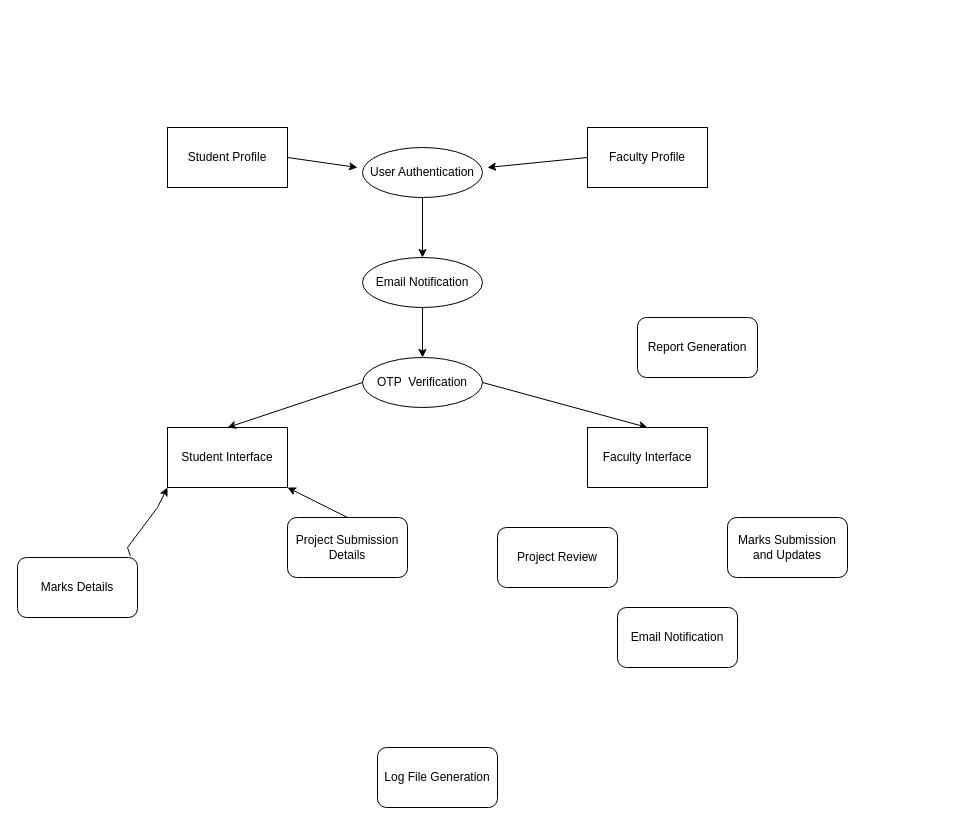
This is Untitled Diagram.drawio from bharathn97/News-App-React-JS-News-API, a draw.io file, before an edit. Source tidied: cells renumbered, new cells numbered last; positions are measured from the earlier drawing's top-left corner, leaving out a move shared by most shapes. Both pictures are drawn from the tidied source at 100%, with x=0, y=0 at pixel (17, 127).
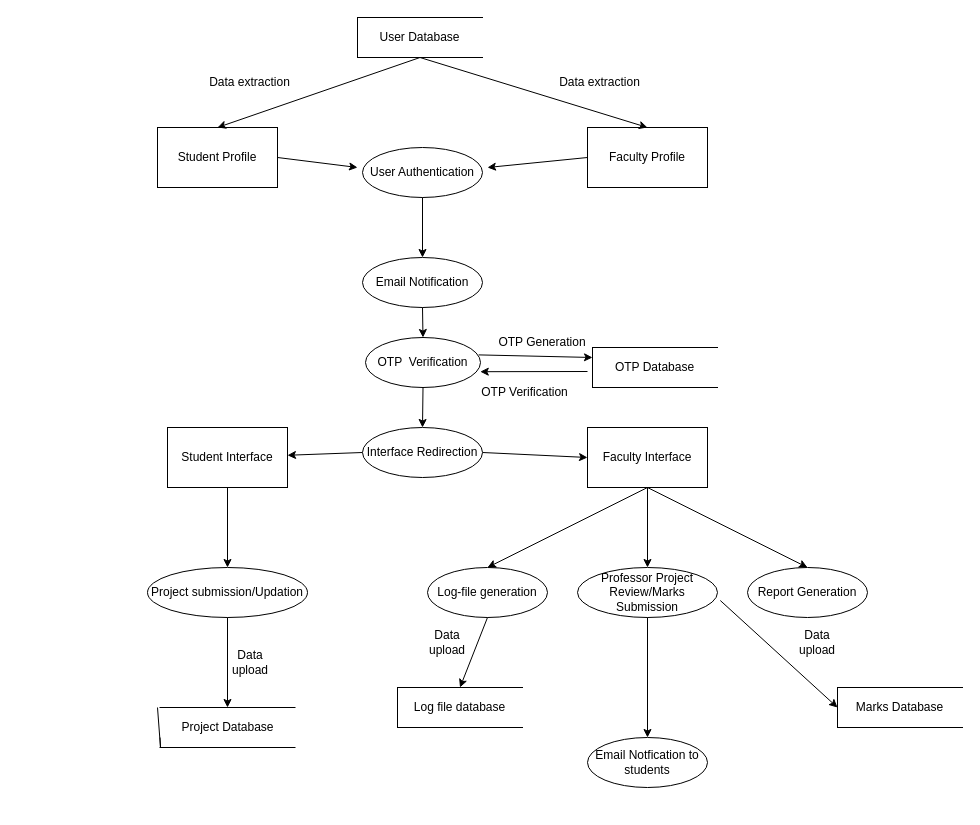
Above is the later version.

Unchanged cells that the change refers to:
```xml
<mxCell id="2" value="Student Interface" style="rounded=0;whiteSpace=wrap;html=1;" parent="1" vertex="1">
  <mxGeometry x="150" y="300" width="120" height="60" as="geometry" />
</mxCell>
<mxCell id="4" value="Faculty Profile" style="rounded=0;whiteSpace=wrap;html=1;" parent="1" vertex="1">
  <mxGeometry x="570" width="120" height="60" as="geometry" />
</mxCell>
<mxCell id="21" value="Faculty Interface" style="rounded=0;whiteSpace=wrap;html=1;" parent="1" vertex="1">
  <mxGeometry x="570" y="300" width="120" height="60" as="geometry" />
</mxCell>
```

Change to the diagram source:
```diff
@@
     <mxCell id="3" value="Student Profile" style="rounded=0;whiteSpace=wrap;html=1;" parent="1" vertex="1">
-      <mxGeometry x="150" width="120" height="60" as="geometry" />
+      <mxGeometry x="140" width="120" height="60" as="geometry" />
     </mxCell>
@@
-    <mxCell id="7" value="Project Submission Details" style="rounded=1;whiteSpace=wrap;html=1;" parent="1" vertex="1">
-      <mxGeometry x="270" y="390" width="120" height="60" as="geometry" />
-    </mxCell>
-    <mxCell id="8" value="Marks Details" style="rounded=1;whiteSpace=wrap;html=1;" parent="1" vertex="1">
-      <mxGeometry y="430" width="120" height="60" as="geometry" />
-    </mxCell>
-    <mxCell id="9" value="Project Review" style="rounded=1;whiteSpace=wrap;html=1;" parent="1" vertex="1">
-      <mxGeometry x="480" y="400" width="120" height="60" as="geometry" />
-    </mxCell>
-    <mxCell id="10" value="Marks Submission and Updates" style="rounded=1;whiteSpace=wrap;html=1;" parent="1" vertex="1">
-      <mxGeometry x="710" y="390" width="120" height="60" as="geometry" />
-    </mxCell>
-    <mxCell id="11" value="Log File Generation" style="rounded=1;whiteSpace=wrap;html=1;" parent="1" vertex="1">
-      <mxGeometry x="360" y="620" width="120" height="60" as="geometry" />
-    </mxCell>
-    <mxCell id="12" value="Email Notification" style="rounded=1;whiteSpace=wrap;html=1;" parent="1" vertex="1">
-      <mxGeometry x="600" y="480" width="120" height="60" as="geometry" />
-    </mxCell>
-    <mxCell id="13" value="Report Generation" style="rounded=1;whiteSpace=wrap;html=1;" parent="1" vertex="1">
-      <mxGeometry x="620" y="190" width="120" height="60" as="geometry" />
-    </mxCell>
-    <mxCell id="14" style="endArrow=classic;html=1;rounded=0;" parent="1" edge="1">
-      <mxGeometry relative="1" as="geometry">
-        <mxPoint x="330" y="390" as="sourcePoint" />
-        <mxPoint x="270" y="360" as="targetPoint" />
-        <Array as="points">
-          <mxPoint x="270" y="360" />
-        </Array>
-      </mxGeometry>
-    </mxCell>
-    <mxCell id="15" style="endArrow=classic;html=1;rounded=0;exitX=0.94;exitY=-0.03;exitDx=0;exitDy=0;exitPerimeter=0;entryX=0;entryY=1;entryDx=0;entryDy=0;" parent="1" edge="1" source="8" target="2">
-      <mxGeometry relative="1" as="geometry">
-        <Array as="points">
-          <mxPoint x="110" y="420" />
-          <mxPoint x="140" y="380" />
-        </Array>
-      </mxGeometry>
-    </mxCell>
@@
     <mxCell id="17" value="OTP&amp;nbsp; Verification" style="ellipse;whiteSpace=wrap;html=1;" parent="1" vertex="1">
-      <mxGeometry x="345" y="230" width="120" height="50" as="geometry" />
+      <mxGeometry x="348" y="210" width="115" height="50" as="geometry" />
     </mxCell>
@@
-    <mxCell id="19" style="endArrow=classic;html=1;rounded=0;entryX=0.5;entryY=0;entryDx=0;entryDy=0;exitX=0;exitY=0.5;exitDx=0;exitDy=0;" parent="1" edge="1" source="17" target="2">
+    <mxCell id="19" style="endArrow=classic;html=1;rounded=0;exitX=0;exitY=0.5;exitDx=0;exitDy=0;" parent="1" edge="1" source="33" target="2">
       <mxGeometry relative="1" as="geometry" />
     </mxCell>
-    <mxCell id="20" style="endArrow=classic;html=1;rounded=0;exitX=1;exitY=0.5;exitDx=0;exitDy=0;" parent="1" edge="1" source="17">
-      <mxGeometry relative="1" as="geometry">
-        <mxPoint x="630" y="300" as="targetPoint" />
-      </mxGeometry>
+    <mxCell id="20" style="endArrow=classic;html=1;rounded=0;exitX=1;exitY=0.5;exitDx=0;exitDy=0;entryX=0;entryY=0.5;entryDx=0;entryDy=0;" parent="1" edge="1" source="33" target="21">
+      <mxGeometry relative="1" as="geometry" />
     </mxCell>
@@
+    <mxCell id="24" value="Project submission/Updation" style="ellipse;whiteSpace=wrap;html=1;" parent="1" vertex="1">
+      <mxGeometry x="130" y="440" width="160" height="50" as="geometry" />
+    </mxCell>
+    <mxCell id="25" style="endArrow=classic;html=1;rounded=0;exitX=0.5;exitY=1;exitDx=0;exitDy=0;" parent="1" edge="1" source="2" target="24">
+      <mxGeometry relative="1" as="geometry" />
+    </mxCell>
+    <mxCell id="26" value="Log-file generation" style="ellipse;whiteSpace=wrap;html=1;" parent="1" vertex="1">
+      <mxGeometry x="410" y="440" width="120" height="50" as="geometry" />
+    </mxCell>
+    <mxCell id="27" value="Professor Project Review/Marks Submission" style="ellipse;whiteSpace=wrap;html=1;" parent="1" vertex="1">
+      <mxGeometry x="560" y="440" width="140" height="50" as="geometry" />
+    </mxCell>
+    <mxCell id="13" value="Report Generation" style="ellipse;whiteSpace=wrap;html=1;" parent="1" vertex="1">
+      <mxGeometry x="730" y="440" width="120" height="50" as="geometry" />
+    </mxCell>
+    <mxCell id="28" style="endArrow=classic;html=1;rounded=0;entryX=0.5;entryY=0;entryDx=0;entryDy=0;exitX=0.5;exitY=1;exitDx=0;exitDy=0;" parent="1" edge="1" source="21" target="26">
+      <mxGeometry relative="1" as="geometry" />
+    </mxCell>
+    <mxCell id="29" style="endArrow=classic;html=1;rounded=0;entryX=0.5;entryY=0;entryDx=0;entryDy=0;exitX=0.5;exitY=1;exitDx=0;exitDy=0;" parent="1" edge="1" source="21" target="27">
+      <mxGeometry relative="1" as="geometry" />
+    </mxCell>
+    <mxCell id="30" style="endArrow=classic;html=1;rounded=0;entryX=0.5;entryY=0;entryDx=0;entryDy=0;" parent="1" edge="1" target="13">
+      <mxGeometry relative="1" as="geometry">
+        <mxPoint x="630" y="360" as="sourcePoint" />
+      </mxGeometry>
+    </mxCell>
+    <mxCell id="31" style="endArrow=classic;html=1;rounded=0;exitX=0.5;exitY=1;exitDx=0;exitDy=0;" parent="1" edge="1" source="27" target="32">
+      <mxGeometry relative="1" as="geometry" />
+    </mxCell>
+    <mxCell id="32" value="Email Notfication to students" style="ellipse;whiteSpace=wrap;html=1;" parent="1" vertex="1">
+      <mxGeometry x="570" y="610" width="120" height="50" as="geometry" />
+    </mxCell>
+    <mxCell id="33" value="Interface Redirection" style="ellipse;whiteSpace=wrap;html=1;" parent="1" vertex="1">
+      <mxGeometry x="345" y="300" width="120" height="50" as="geometry" />
+    </mxCell>
+    <mxCell id="34" style="endArrow=classic;html=1;rounded=0;entryX=0.5;entryY=0;entryDx=0;entryDy=0;exitX=0.5;exitY=1;exitDx=0;exitDy=0;" parent="1" edge="1" source="17" target="33">
+      <mxGeometry relative="1" as="geometry" />
+    </mxCell>
+    <mxCell id="35" value="User Database" style="shape=partialRectangle;whiteSpace=wrap;html=1;left=0;right=0;fillColor=none;" parent="1" vertex="1">
+      <mxGeometry x="340" y="-110" width="125" height="40" as="geometry" />
+    </mxCell>
+    <mxCell id="36" style="endArrow=none;html=1;rounded=0;" parent="1" edge="1">
+      <mxGeometry relative="1" as="geometry">
+        <mxPoint x="340" y="-70" as="sourcePoint" />
+        <mxPoint x="340" y="-110" as="targetPoint" />
+      </mxGeometry>
+    </mxCell>
+    <mxCell id="37" value="Project Database" style="shape=partialRectangle;whiteSpace=wrap;html=1;left=0;right=0;fillColor=none;" parent="1" vertex="1">
+      <mxGeometry x="142.5" y="580" width="135" height="40" as="geometry" />
+    </mxCell>
+    <mxCell id="38" style="endArrow=none;html=1;rounded=0;" parent="1" edge="1">
+      <mxGeometry relative="1" as="geometry">
+        <mxPoint x="142.5" y="610" as="sourcePoint" />
+        <mxPoint x="140" y="580" as="targetPoint" />
+        <Array as="points">
+          <mxPoint x="143" y="620" />
+        </Array>
+      </mxGeometry>
+    </mxCell>
+    <mxCell id="39" value="Marks Database" style="shape=partialRectangle;whiteSpace=wrap;html=1;left=0;right=0;fillColor=none;" parent="1" vertex="1">
+      <mxGeometry x="820" y="560" width="125" height="40" as="geometry" />
+    </mxCell>
+    <mxCell id="40" style="endArrow=none;html=1;rounded=0;" parent="1" edge="1">
+      <mxGeometry relative="1" as="geometry">
+        <mxPoint x="820" y="600" as="sourcePoint" />
+        <mxPoint x="820" y="560" as="targetPoint" />
+      </mxGeometry>
+    </mxCell>
+    <mxCell id="41" value="OTP Database" style="shape=partialRectangle;whiteSpace=wrap;html=1;left=0;right=0;fillColor=none;" parent="1" vertex="1">
+      <mxGeometry x="575" y="220" width="125" height="40" as="geometry" />
+    </mxCell>
+    <mxCell id="42" style="endArrow=none;html=1;rounded=0;" parent="1" edge="1">
+      <mxGeometry relative="1" as="geometry">
+        <mxPoint x="575" y="260" as="sourcePoint" />
+        <mxPoint x="575" y="220" as="targetPoint" />
+      </mxGeometry>
+    </mxCell>
+    <mxCell id="43" style="endArrow=classic;html=1;rounded=0;entryX=0.5;entryY=0;entryDx=0;entryDy=0;exitX=0.5;exitY=1;exitDx=0;exitDy=0;" parent="1" edge="1" source="35" target="3">
+      <mxGeometry relative="1" as="geometry" />
+    </mxCell>
+    <mxCell id="44" style="endArrow=classic;html=1;rounded=0;entryX=0.5;entryY=0;entryDx=0;entryDy=0;exitX=0.5;exitY=1;exitDx=0;exitDy=0;" parent="1" edge="1" source="35" target="4">
+      <mxGeometry relative="1" as="geometry" />
+    </mxCell>
+    <mxCell id="45" style="endArrow=classic;html=1;rounded=0;exitX=0.984;exitY=0.348;exitDx=0;exitDy=0;entryX=0;entryY=0.25;entryDx=0;entryDy=0;exitPerimeter=0;" parent="1" edge="1" source="17" target="41">
+      <mxGeometry relative="1" as="geometry" />
+    </mxCell>
+    <mxCell id="46" style="endArrow=classic;html=1;rounded=0;entryX=0.998;entryY=0.684;entryDx=0;entryDy=0;entryPerimeter=0;" parent="1" edge="1" target="17">
+      <mxGeometry relative="1" as="geometry">
+        <mxPoint x="570" y="244" as="sourcePoint" />
+      </mxGeometry>
+    </mxCell>
+    <mxCell id="47" value="OTP Generation" style="text;html=1;align=center;verticalAlign=middle;whiteSpace=wrap;rounded=0;" parent="1" vertex="1">
+      <mxGeometry x="480" y="200" width="90" height="30" as="geometry" />
+    </mxCell>
+    <mxCell id="48" value="OTP Verification" style="text;html=1;align=center;verticalAlign=middle;whiteSpace=wrap;rounded=0;" parent="1" vertex="1">
+      <mxGeometry x="460" y="250" width="95" height="30" as="geometry" />
+    </mxCell>
+    <mxCell id="49" style="endArrow=classic;html=1;rounded=0;entryX=0.5;entryY=0;entryDx=0;entryDy=0;exitX=0.5;exitY=1;exitDx=0;exitDy=0;" parent="1" edge="1" source="24" target="37">
+      <mxGeometry relative="1" as="geometry" />
+    </mxCell>
+    <mxCell id="50" style="endArrow=classic;html=1;rounded=0;exitX=1.02;exitY=0.66;exitDx=0;exitDy=0;exitPerimeter=0;" parent="1" edge="1" source="27">
+      <mxGeometry relative="1" as="geometry">
+        <mxPoint x="820" y="580" as="targetPoint" />
+      </mxGeometry>
+    </mxCell>
+    <mxCell id="51" value="Log file database" style="shape=partialRectangle;whiteSpace=wrap;html=1;left=0;right=0;fillColor=none;" parent="1" vertex="1">
+      <mxGeometry x="380" y="560" width="125" height="40" as="geometry" />
+    </mxCell>
+    <mxCell id="52" style="endArrow=none;html=1;rounded=0;" parent="1" edge="1">
+      <mxGeometry relative="1" as="geometry">
+        <mxPoint x="380" y="600" as="sourcePoint" />
+        <mxPoint x="380" y="560" as="targetPoint" />
+      </mxGeometry>
+    </mxCell>
+    <mxCell id="53" style="endArrow=classic;html=1;rounded=0;entryX=0.5;entryY=0;entryDx=0;entryDy=0;exitX=0.5;exitY=1;exitDx=0;exitDy=0;" parent="1" edge="1" source="26" target="51">
+      <mxGeometry relative="1" as="geometry" />
+    </mxCell>
+    <mxCell id="54" value="Data extraction" style="text;html=1;align=center;verticalAlign=middle;whiteSpace=wrap;rounded=0;" parent="1" vertex="1">
+      <mxGeometry x="190" y="-60" width="85" height="30" as="geometry" />
+    </mxCell>
+    <mxCell id="55" value="Data extraction" style="text;html=1;align=center;verticalAlign=middle;whiteSpace=wrap;rounded=0;" parent="1" vertex="1">
+      <mxGeometry x="540" y="-60" width="85" height="30" as="geometry" />
+    </mxCell>
+    <mxCell id="56" value="Data upload" style="text;html=1;align=center;verticalAlign=middle;whiteSpace=wrap;rounded=0;" parent="1" vertex="1">
+      <mxGeometry x="202.5" y="520" width="60" height="30" as="geometry" />
+    </mxCell>
+    <mxCell id="57" value="Data upload" style="text;html=1;align=center;verticalAlign=middle;whiteSpace=wrap;rounded=0;" parent="1" vertex="1">
+      <mxGeometry x="400" y="500" width="60" height="30" as="geometry" />
+    </mxCell>
+    <mxCell id="58" value="Data upload" style="text;html=1;align=center;verticalAlign=middle;whiteSpace=wrap;rounded=0;" parent="1" vertex="1">
+      <mxGeometry x="770" y="500" width="60" height="30" as="geometry" />
+    </mxCell>
```
